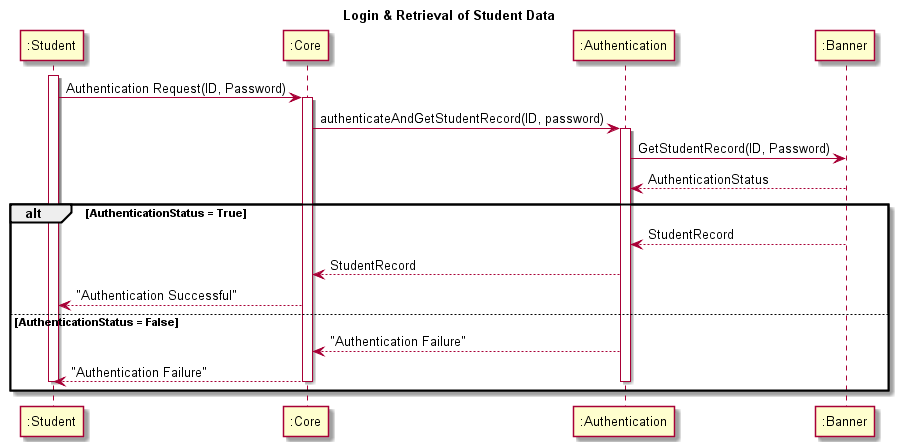
Before: Diagrams/Sequence Login.png, a diagram exported from PlantUML (r3r/comp2140).
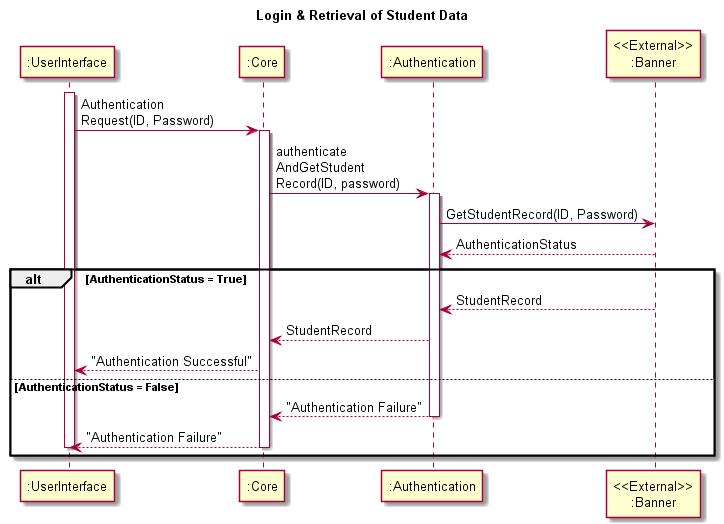
The same file after the commit.

Diff of the diagram source:
```diff
@@ -1,22 +1,23 @@
 @startuml
 title Login & Retrieval of Student Data
-activate ":Student"
+activate ":UserInterface"
 
-":Student" -> ":Core" : Authentication Request(ID, Password)
+":UserInterface" -> ":Core" : Authentication\nRequest(ID, Password)
 activate ":Core"
-":Core" -> ":Authentication" : authenticateAndGetStudentRecord(ID, password)
+":Core" -> ":Authentication" : authenticate\nAndGetStudent\nRecord(ID, password)
 activate ":Authentication"
-":Authentication" -> ":Banner" : GetStudentRecord(ID, Password)
-":Banner" --> ":Authentication" : AuthenticationStatus
+":Authentication" -> "<<External>>\n:Banner" : GetStudentRecord(ID, Password)
+"<<External>>\n:Banner" --> ":Authentication" : AuthenticationStatus
 alt AuthenticationStatus = True
-	":Banner"  --> ":Authentication" : StudentRecord
+	"<<External>>\n:Banner"  --> ":Authentication" : StudentRecord
 	":Authentication"  --> ":Core" : StudentRecord
-	":Core" --> ":Student" : "Authentication Successful"
+	":Core" --> ":UserInterface" : "Authentication Successful"
 else AuthenticationStatus = False
 	":Authentication" --> ":Core" : "Authentication Failure"
-	":Core" --> ":Student" : "Authentication Failure"
+	deactivate ":Authentication"
+	":Core" --> ":UserInterface" : "Authentication Failure"
 end
-deactivate ":Authentication"
+
 deactivate ":Core"
-deactivate ":Student"
+deactivate ":UserInterface"
 @enduml
```
